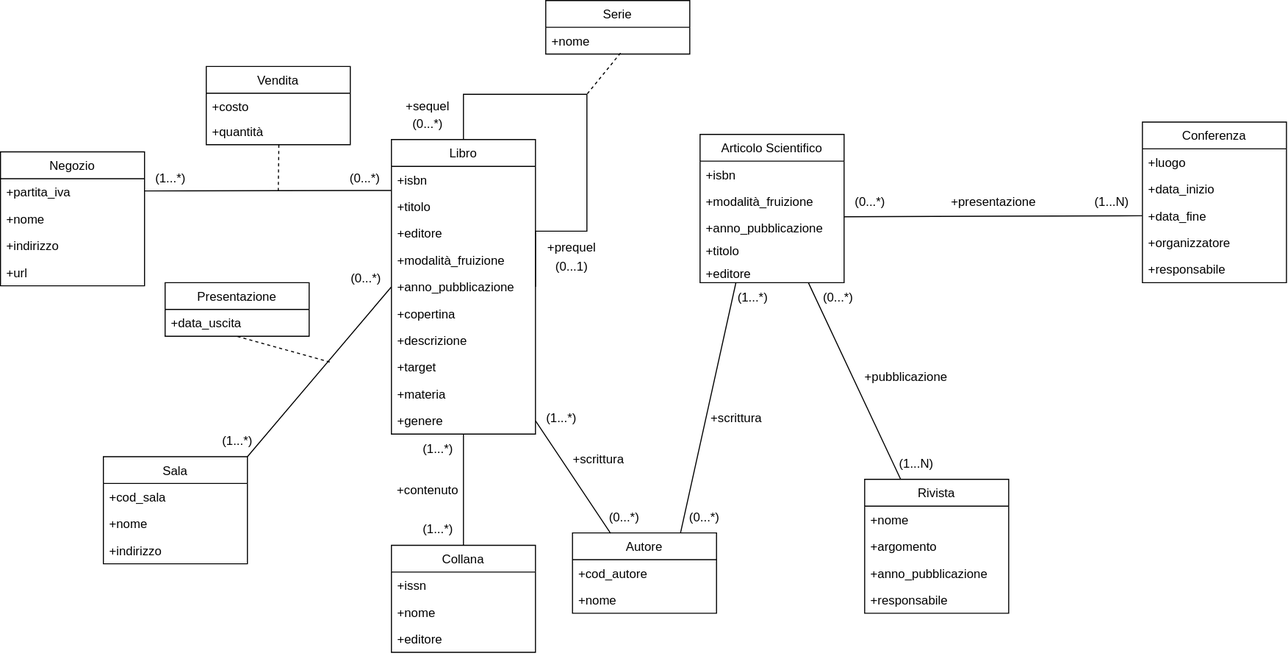
This is Modello_Concettuale_Ristrutturato.drawio.svg from m3tt0/Progetto_OB_BASI, a draw.io export, as it was before one commit. Source tidied: cells renumbered, new cells last; positions are measured from the earlier drawing's top-left corner, leaving out a move shared by most shapes.
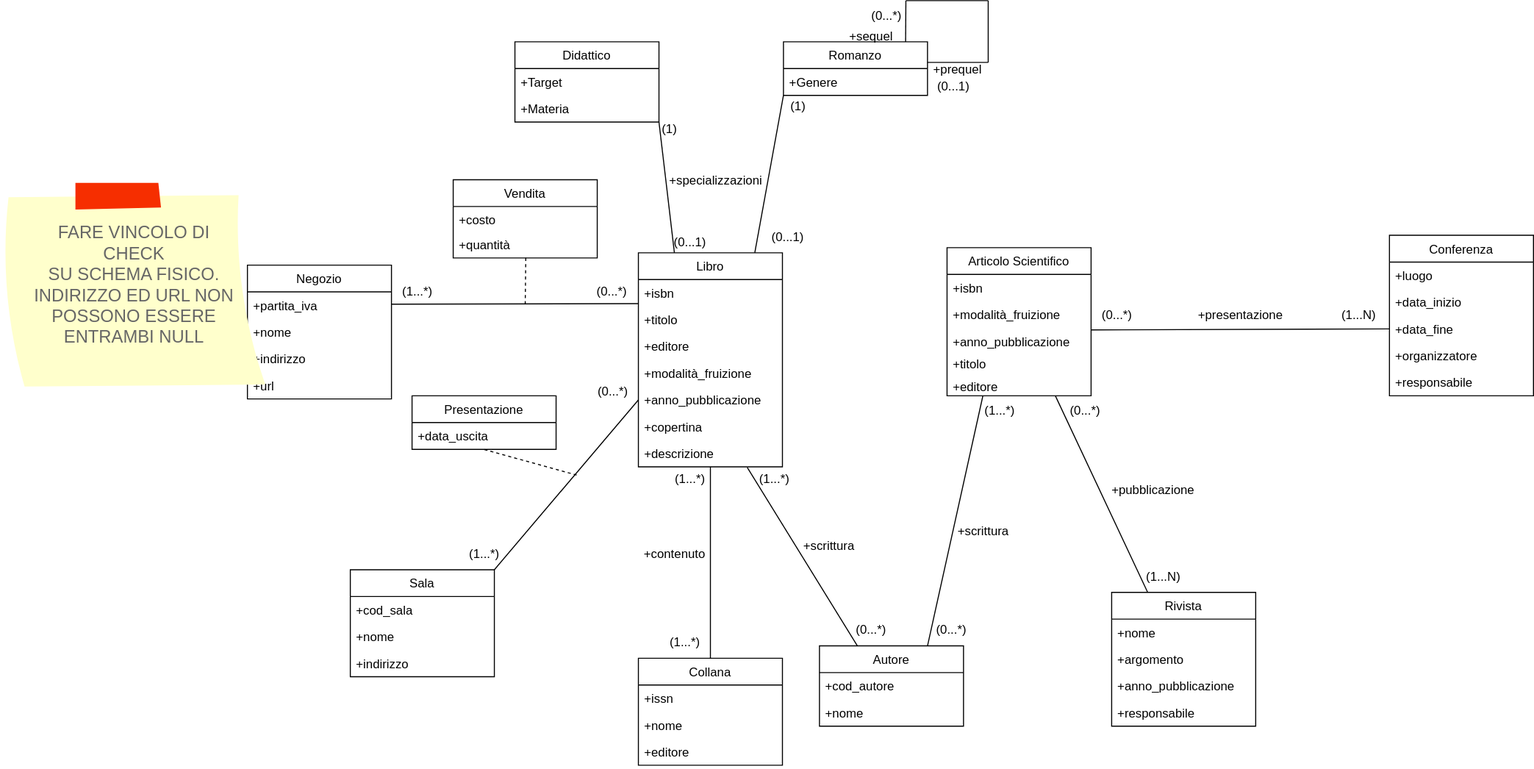
After the change.

The edit, as a diff of the source:
```diff
@@ -21,7 +21,7 @@
       <mxGeometry y="130" width="140" height="26" as="geometry" />
     </mxCell>
     <mxCell id="8" value="Libro" style="swimlane;fontStyle=0;horizontal=1;startSize=26;fillColor=none;" parent="1" vertex="1">
-      <mxGeometry x="380" y="135" width="140" height="286" as="geometry" />
+      <mxGeometry x="380" y="135" width="140" height="208" as="geometry" />
     </mxCell>
     <mxCell id="9" value="+isbn" style="text;strokeColor=none;fillColor=none;align=left;verticalAlign=top;spacingLeft=4;spacingRight=4;overflow=hidden;points=[[0,0.5],[1,0.5]];portConstraint=eastwest;" parent="8" vertex="1">
       <mxGeometry y="26" width="140" height="26" as="geometry" />
@@ -44,24 +44,6 @@
     <mxCell id="15" value="+descrizione" style="text;strokeColor=none;fillColor=none;align=left;verticalAlign=top;spacingLeft=4;spacingRight=4;overflow=hidden;points=[[0,0.5],[1,0.5]];portConstraint=eastwest;" parent="8" vertex="1">
       <mxGeometry y="182" width="140" height="26" as="geometry" />
     </mxCell>
-    <mxCell id="16" value="+target" style="text;strokeColor=none;fillColor=none;align=left;verticalAlign=top;spacingLeft=4;spacingRight=4;overflow=hidden;" parent="8" vertex="1">
-      <mxGeometry y="208" width="140" height="26" as="geometry" />
-    </mxCell>
-    <mxCell id="17" value="+materia" style="text;strokeColor=none;fillColor=none;align=left;verticalAlign=top;spacingLeft=4;spacingRight=4;overflow=hidden;" parent="8" vertex="1">
-      <mxGeometry y="234" width="140" height="26" as="geometry" />
-    </mxCell>
-    <mxCell id="18" value="+genere" style="text;strokeColor=none;fillColor=none;align=left;verticalAlign=top;spacingLeft=4;spacingRight=4;overflow=hidden;points=[[0,0.5],[1,0.5]];portConstraint=eastwest;" parent="8" vertex="1">
-      <mxGeometry y="260" width="140" height="26" as="geometry" />
-    </mxCell>
-    <mxCell id="19" style="edgeStyle=orthogonalEdgeStyle;rounded=0;jettySize=auto;html=1;exitX=0.5;exitY=0;exitDx=0;exitDy=0;entryX=1;entryY=0.5;entryDx=0;entryDy=0;endArrow=none;endFill=0;" parent="8" edge="1" source="8" target="13">
-      <mxGeometry relative="1" as="geometry">
-        <Array as="points">
-          <mxPoint x="70" y="-44" />
-          <mxPoint x="190" y="-44" />
-          <mxPoint x="190" y="89" />
-        </Array>
-      </mxGeometry>
-    </mxCell>
     <mxCell id="20" value="Articolo Scientifico" style="swimlane;fontStyle=0;horizontal=1;startSize=26;fillColor=none;" parent="1" vertex="1">
       <mxGeometry x="680" y="130" width="140" height="144" as="geometry" />
     </mxCell>
@@ -89,7 +71,7 @@
     <mxCell id="28" value="+nome" style="text;strokeColor=none;fillColor=none;align=left;verticalAlign=top;spacingLeft=4;spacingRight=4;overflow=hidden;" parent="26" vertex="1">
       <mxGeometry y="52" width="140" height="26" as="geometry" />
     </mxCell>
-    <mxCell id="29" style="endArrow=none;html=1;rounded=0;entryX=0.25;entryY=1.01;entryDx=0;entryDy=0;exitX=1;exitY=0.5;exitDx=0;exitDy=0;entryPerimeter=0;" parent="1" edge="1" source="18" target="46">
+    <mxCell id="29" style="endArrow=none;html=1;rounded=0;entryX=0.25;entryY=1.01;entryDx=0;entryDy=0;exitX=0.756;exitY=1.022;exitDx=0;exitDy=0;entryPerimeter=0;exitPerimeter=0;" parent="1" edge="1" source="15" target="46">
       <mxGeometry relative="1" as="geometry" />
     </mxCell>
     <mxCell id="30" style="endArrow=none;html=1;rounded=0;entryX=0.75;entryY=0;entryDx=0;entryDy=0;exitX=0.249;exitY=0.996;exitDx=0;exitDy=0;exitPerimeter=0;" parent="1" edge="1" source="25" target="26">
@@ -135,7 +117,7 @@
       <mxGeometry x="830" y="351" width="100" height="30" as="geometry" />
     </mxCell>
     <mxCell id="44" value="(1...*)" style="text;html=1;align=center;verticalAlign=middle;strokeColor=none;fillColor=none;" parent="1" vertex="1">
-      <mxGeometry x="520" y="391" width="50" height="30" as="geometry" />
+      <mxGeometry x="487" y="340" width="50" height="30" as="geometry" />
     </mxCell>
     <mxCell id="45" value="(1...*)" style="text;html=1;align=center;verticalAlign=middle;strokeColor=none;fillColor=none;" parent="1" vertex="1">
       <mxGeometry x="706" y="274" width="50" height="30" as="geometry" />
@@ -147,7 +129,7 @@
       <mxGeometry x="658" y="487" width="52" height="30" as="geometry" />
     </mxCell>
     <mxCell id="48" value="+scrittura" style="text;html=1;align=center;verticalAlign=middle;strokeColor=none;fillColor=none;" parent="1" vertex="1">
-      <mxGeometry x="546" y="431" width="70" height="30" as="geometry" />
+      <mxGeometry x="530" y="405" width="70" height="30" as="geometry" />
     </mxCell>
     <mxCell id="49" value="+scrittura" style="text;html=1;align=center;verticalAlign=middle;strokeColor=none;fillColor=none;" parent="1" vertex="1">
       <mxGeometry x="680" y="391" width="70" height="30" as="geometry" />
@@ -193,7 +175,7 @@
     <mxCell id="62" value="(0...*)" style="text;html=1;align=center;verticalAlign=middle;strokeColor=none;fillColor=none;rotation=0;" parent="1" vertex="1">
       <mxGeometry x="328" y="158" width="52" height="29" as="geometry" />
     </mxCell>
-    <mxCell id="63" style="endArrow=none;html=1;rounded=0;exitX=0.5;exitY=0;exitDx=0;exitDy=0;entryX=0.5;entryY=1;entryDx=0;entryDy=0;entryPerimeter=0;" parent="1" edge="1" source="64" target="18">
+    <mxCell id="63" style="endArrow=none;html=1;rounded=0;exitX=0.5;exitY=0;exitDx=0;exitDy=0;entryX=0.5;entryY=1;entryDx=0;entryDy=0;" parent="1" edge="1" source="64" target="8">
       <mxGeometry relative="1" as="geometry" />
     </mxCell>
     <mxCell id="64" value="Collana" style="swimlane;fontStyle=0;horizontal=1;startSize=26;fillColor=none;" parent="1" vertex="1">
@@ -212,10 +194,10 @@
       <mxGeometry x="400" y="499" width="50" height="30" as="geometry" />
     </mxCell>
     <mxCell id="69" value="(1...*)" style="text;html=1;align=center;verticalAlign=middle;strokeColor=none;fillColor=none;" parent="1" vertex="1">
-      <mxGeometry x="400" y="421" width="50" height="30" as="geometry" />
+      <mxGeometry x="405" y="340" width="50" height="30" as="geometry" />
     </mxCell>
     <mxCell id="70" value="+contenuto" style="text;html=1;align=center;verticalAlign=middle;strokeColor=none;fillColor=none;rotation=0;" parent="1" vertex="1">
-      <mxGeometry x="375" y="461" width="80" height="30" as="geometry" />
+      <mxGeometry x="375" y="413" width="80" height="30" as="geometry" />
     </mxCell>
     <mxCell id="71" style="endArrow=none;html=1;rounded=0;exitX=1;exitY=0;exitDx=0;exitDy=0;entryX=0;entryY=0.5;entryDx=0;entryDy=0;" parent="1" edge="1" source="72" target="13">
       <mxGeometry relative="1" as="geometry" />
@@ -249,28 +231,79 @@
         <mxPoint x="320" y="351" as="sourcePoint" />
       </mxGeometry>
     </mxCell>
+    <mxCell id="88" value="FARE VINCOLO DI &lt;br&gt;CHECK &lt;br&gt;SU SCHEMA FISICO.&lt;br&gt;INDIRIZZO ED URL NON POSSONO ESSERE &lt;br&gt;ENTRAMBI NULL" style="strokeWidth=1;shadow=0;dashed=0;align=center;html=1;shape=mxgraph.mockup.text.stickyNote2;fontColor=#666666;mainText=;fontSize=17;whiteSpace=wrap;fillColor=#ffffcc;strokeColor=#F62E00;" parent="1" vertex="1">
+      <mxGeometry x="-240" y="67" width="260" height="200" as="geometry" />
+    </mxCell>
+    <mxCell id="89" value="Didattico" style="swimlane;fontStyle=0;horizontal=1;startSize=26;fillColor=none;" parent="1" vertex="1">
+      <mxGeometry x="260" y="-70" width="140" height="78" as="geometry" />
+    </mxCell>
+    <mxCell id="90" value="+Target" style="text;strokeColor=none;fillColor=none;align=left;verticalAlign=top;spacingLeft=4;spacingRight=4;overflow=hidden;" parent="89" vertex="1">
+      <mxGeometry y="26" width="140" height="26" as="geometry" />
+    </mxCell>
+    <mxCell id="91" value="+Materia" style="text;strokeColor=none;fillColor=none;align=left;verticalAlign=top;spacingLeft=4;spacingRight=4;overflow=hidden;" parent="89" vertex="1">
+      <mxGeometry y="52" width="140" height="26" as="geometry" />
+    </mxCell>
+    <mxCell id="92" value="Romanzo" style="swimlane;fontStyle=0;horizontal=1;startSize=26;fillColor=none;" parent="1" vertex="1">
+      <mxGeometry x="521" y="-70" width="140" height="52" as="geometry" />
+    </mxCell>
+    <mxCell id="93" value="+Genere" style="text;strokeColor=none;fillColor=none;align=left;verticalAlign=top;spacingLeft=4;spacingRight=4;overflow=hidden;" parent="92" vertex="1">
+      <mxGeometry y="26" width="140" height="26" as="geometry" />
+    </mxCell>
+    <mxCell id="94" style="endArrow=none;html=1;rounded=0;exitX=0.848;exitY=0.001;exitDx=0;exitDy=0;exitPerimeter=0;" parent="1" edge="1" source="92">
+      <mxGeometry relative="1" as="geometry">
+        <mxPoint x="640" y="-110" as="targetPoint" />
+      </mxGeometry>
+    </mxCell>
+    <mxCell id="95" style="endArrow=none;html=1;rounded=0;" parent="1" edge="1">
+      <mxGeometry relative="1" as="geometry">
+        <mxPoint x="640" y="-110" as="sourcePoint" />
+        <mxPoint x="720" y="-110" as="targetPoint" />
+      </mxGeometry>
+    </mxCell>
+    <mxCell id="96" style="endArrow=none;html=1;rounded=0;" parent="1" edge="1">
+      <mxGeometry relative="1" as="geometry">
+        <mxPoint x="720" y="-110" as="sourcePoint" />
+        <mxPoint x="720" y="-50" as="targetPoint" />
+      </mxGeometry>
+    </mxCell>
+    <mxCell id="97" style="endArrow=none;html=1;rounded=0;" parent="1" edge="1">
+      <mxGeometry relative="1" as="geometry">
+        <mxPoint x="661" y="-50" as="sourcePoint" />
+        <mxPoint x="720" y="-50" as="targetPoint" />
+      </mxGeometry>
+    </mxCell>
     <mxCell id="81" value="(0...*)" style="text;html=1;align=center;verticalAlign=middle;strokeColor=none;fillColor=none;" parent="1" vertex="1">
-      <mxGeometry x="390" y="105" width="50" height="30" as="geometry" />
+      <mxGeometry x="596" y="-110" width="50" height="30" as="geometry" />
     </mxCell>
-    <mxCell id="82" value="(0...1)" style="text;html=1;align=center;verticalAlign=middle;strokeColor=none;fillColor=none;" parent="1" vertex="1">
-      <mxGeometry x="530" y="244" width="50" height="30" as="geometry" />
-    </mxCell>
+    <mxCell id="98" value="(0...1)" style="text;html=1;align=center;verticalAlign=middle;strokeColor=none;fillColor=none;" parent="1" vertex="1">
+      <mxGeometry x="661" y="-41" width="50" height="30" as="geometry" />
+    </mxCell>
     <mxCell id="83" value="+sequel" style="text;html=1;align=center;verticalAlign=middle;strokeColor=none;fillColor=none;" parent="1" vertex="1">
-      <mxGeometry x="380" y="88" width="70" height="30" as="geometry" />
+      <mxGeometry x="571" y="-90" width="70" height="30" as="geometry" />
     </mxCell>
     <mxCell id="84" value="+prequel" style="text;html=1;align=center;verticalAlign=middle;strokeColor=none;fillColor=none;" parent="1" vertex="1">
-      <mxGeometry x="520" y="225" width="70" height="30" as="geometry" />
+      <mxGeometry x="655" y="-58" width="70" height="30" as="geometry" />
     </mxCell>
-    <mxCell id="85" style="endArrow=none;dashed=1;html=1;rounded=0;exitX=0.519;exitY=0.962;exitDx=0;exitDy=0;exitPerimeter=0;" parent="1" edge="1" source="87">
-      <mxGeometry relative="1" as="geometry">
-        <mxPoint x="570" y="91" as="targetPoint" />
-      </mxGeometry>
-    </mxCell>
-    <mxCell id="86" value="Serie" style="swimlane;fontStyle=0;horizontal=1;startSize=26;fillColor=none;" parent="1" vertex="1">
-      <mxGeometry x="530" width="140" height="52" as="geometry" />
-    </mxCell>
-    <mxCell id="87" value="+nome" style="text;strokeColor=none;fillColor=none;align=left;verticalAlign=top;spacingLeft=4;spacingRight=4;overflow=hidden;points=[[0,0.5],[1,0.5]];portConstraint=eastwest;" parent="86" vertex="1">
-      <mxGeometry y="26" width="140" height="26" as="geometry" />
-    </mxCell>
+    <mxCell id="99" style="endArrow=none;html=1;rounded=0;exitX=1;exitY=1;exitDx=0;exitDy=0;entryX=0.25;entryY=0;entryDx=0;entryDy=0;" parent="1" edge="1" source="89" target="8">
+      <mxGeometry relative="1" as="geometry" />
+    </mxCell>
+    <mxCell id="100" style="endArrow=none;html=1;rounded=0;exitX=0;exitY=1;exitDx=0;exitDy=0;entryX=0.808;entryY=0;entryDx=0;entryDy=0;entryPerimeter=0;" parent="1" edge="1" source="92" target="8">
+      <mxGeometry relative="1" as="geometry" />
+    </mxCell>
+    <mxCell id="101" value="(0...1)" style="text;html=1;align=center;verticalAlign=middle;strokeColor=none;fillColor=none;" parent="1" vertex="1">
+      <mxGeometry x="500" y="105" width="50" height="30" as="geometry" />
+    </mxCell>
+    <mxCell id="102" value="(1)" style="text;html=1;align=center;verticalAlign=middle;strokeColor=none;fillColor=none;" parent="1" vertex="1">
+      <mxGeometry x="515" y="-22" width="40" height="30" as="geometry" />
+    </mxCell>
+    <mxCell id="103" value="(1)" style="text;html=1;align=center;verticalAlign=middle;strokeColor=none;fillColor=none;" parent="1" vertex="1">
+      <mxGeometry x="390" width="40" height="30" as="geometry" />
+    </mxCell>
+    <mxCell id="104" value="(0...1)" style="text;html=1;align=center;verticalAlign=middle;strokeColor=none;fillColor=none;" parent="1" vertex="1">
+      <mxGeometry x="405" y="110" width="50" height="30" as="geometry" />
+    </mxCell>
+    <mxCell id="105" value="+specializzazioni" style="text;html=1;align=center;verticalAlign=middle;strokeColor=none;fillColor=none;" parent="1" vertex="1">
+      <mxGeometry x="400" y="50" width="110" height="30" as="geometry" />
+    </mxCell>
   </root>
 </mxGraphModel>
```
